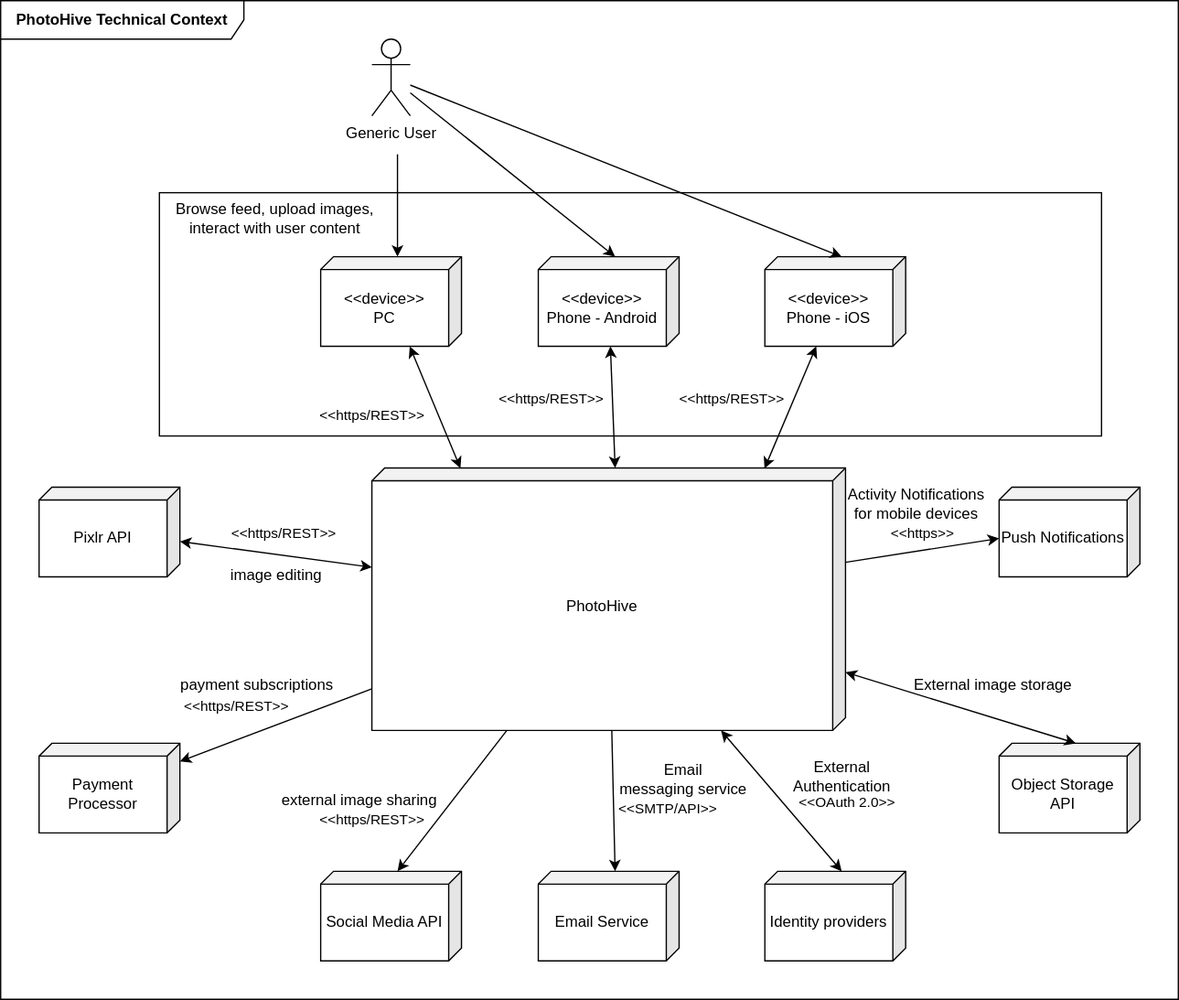
Before: images/SWARC_Technical_Context.drawio.svg, a diagram exported from draw.io (Z1rael/swa). Source tidied: cells renumbered, new cells last; positions are measured from the earlier drawing's top-left corner, leaving out a move shared by most shapes. Source of this version:
```xml
<mxGraphModel>
  <root>
    <mxCell id="0" />
    <mxCell id="1" parent="0" />
    <mxCell id="2" style="rounded=0;whiteSpace=wrap;html=1;" parent="1" vertex="1">
      <mxGeometry x="124" y="150" width="736" height="190" as="geometry" />
    </mxCell>
    <mxCell id="3" value="&lt;span style=&quot;font-weight: 700; white-space: nowrap;&quot;&gt;PhotoHive Technical Context&lt;/span&gt;" style="shape=umlFrame;whiteSpace=wrap;html=1;width=190;height=30;" parent="1" vertex="1">
      <mxGeometry width="920" height="780" as="geometry" />
    </mxCell>
    <mxCell id="4" value="Generic User" style="shape=umlActor;verticalLabelPosition=bottom;verticalAlign=top;html=1;outlineConnect=0;" parent="1" vertex="1">
      <mxGeometry x="290" y="30" width="30" height="60" as="geometry" />
    </mxCell>
    <mxCell id="5" value="&amp;lt;&amp;lt;device&amp;gt;&amp;gt;&lt;div&gt;PC&lt;/div&gt;" style="shape=cube;whiteSpace=wrap;html=1;boundedLbl=1;backgroundOutline=1;darkOpacity=0.05;darkOpacity2=0.1;flipH=1;size=10;" parent="1" vertex="1">
      <mxGeometry x="250" y="200" width="110" height="70" as="geometry" />
    </mxCell>
    <mxCell id="6" value="&amp;lt;&amp;lt;device&amp;gt;&amp;gt;&lt;div&gt;Phone - Android&lt;/div&gt;" style="shape=cube;whiteSpace=wrap;html=1;boundedLbl=1;backgroundOutline=1;darkOpacity=0.05;darkOpacity2=0.1;flipH=1;size=10;" parent="1" vertex="1">
      <mxGeometry x="420" y="200" width="110" height="70" as="geometry" />
    </mxCell>
    <mxCell id="7" value="&amp;lt;&amp;lt;device&amp;gt;&amp;gt;&lt;div&gt;Phone - iOS&lt;/div&gt;" style="shape=cube;whiteSpace=wrap;html=1;boundedLbl=1;backgroundOutline=1;darkOpacity=0.05;darkOpacity2=0.1;flipH=1;size=10;" parent="1" vertex="1">
      <mxGeometry x="597" y="200" width="110" height="70" as="geometry" />
    </mxCell>
    <mxCell id="8" value="PhotoHive" style="shape=cube;whiteSpace=wrap;html=1;boundedLbl=1;backgroundOutline=1;darkOpacity=0.05;darkOpacity2=0.1;flipH=1;size=10;" parent="1" vertex="1">
      <mxGeometry x="290" y="365" width="370" height="205" as="geometry" />
    </mxCell>
    <mxCell id="9" style="edgeStyle=none;html=1;entryX=0.813;entryY=0.001;entryDx=0;entryDy=0;entryPerimeter=0;startArrow=classic;startFill=1;" parent="1" edge="1" source="5" target="8">
      <mxGeometry relative="1" as="geometry" />
    </mxCell>
    <mxCell id="10" value="&amp;lt;&amp;lt;https/REST&amp;gt;&amp;gt;" style="edgeLabel;html=1;align=center;verticalAlign=middle;" parent="9" vertex="1">
      <mxGeometry x="0.13" y="1" relative="1" as="geometry">
        <mxPoint x="-53" as="offset" />
      </mxGeometry>
    </mxCell>
    <mxCell id="11" style="edgeStyle=none;html=1;entryX=0;entryY=0;entryDx=180;entryDy=0;entryPerimeter=0;startArrow=classic;startFill=1;" parent="1" edge="1" source="6" target="8">
      <mxGeometry relative="1" as="geometry" />
    </mxCell>
    <mxCell id="12" value="&lt;span style=&quot;color: rgb(0, 0, 0);&quot;&gt;&amp;lt;&amp;lt;https/REST&amp;gt;&amp;gt;&lt;/span&gt;" style="edgeLabel;html=1;align=center;verticalAlign=middle;" parent="11" vertex="1">
      <mxGeometry x="-0.14" relative="1" as="geometry">
        <mxPoint x="-48" as="offset" />
      </mxGeometry>
    </mxCell>
    <mxCell id="13" style="edgeStyle=none;html=1;entryX=0.171;entryY=0.002;entryDx=0;entryDy=0;entryPerimeter=0;startArrow=classic;startFill=1;" parent="1" edge="1" source="7" target="8">
      <mxGeometry relative="1" as="geometry" />
    </mxCell>
    <mxCell id="14" value="&lt;span style=&quot;color: rgb(0, 0, 0);&quot;&gt;&amp;lt;&amp;lt;https/REST&amp;gt;&amp;gt;&lt;/span&gt;" style="edgeLabel;html=1;align=center;verticalAlign=middle;" parent="13" vertex="1">
      <mxGeometry x="-0.17" y="2" relative="1" as="geometry">
        <mxPoint x="-52" as="offset" />
      </mxGeometry>
    </mxCell>
    <mxCell id="15" style="edgeStyle=none;html=1;startArrow=classic;startFill=1;" parent="1" edge="1" source="17" target="8">
      <mxGeometry relative="1" as="geometry" />
    </mxCell>
    <mxCell id="16" value="&amp;lt;&amp;lt;https/REST&amp;gt;&amp;gt;" style="edgeLabel;html=1;align=center;verticalAlign=middle;" parent="15" vertex="1">
      <mxGeometry x="-0.11" relative="1" as="geometry">
        <mxPoint x="14" y="-16" as="offset" />
      </mxGeometry>
    </mxCell>
    <mxCell id="17" value="Pixlr API" style="shape=cube;whiteSpace=wrap;html=1;boundedLbl=1;backgroundOutline=1;darkOpacity=0.05;darkOpacity2=0.1;flipH=1;size=10;" parent="1" vertex="1">
      <mxGeometry x="30" y="380" width="110" height="70" as="geometry" />
    </mxCell>
    <mxCell id="18" style="edgeStyle=none;html=1;startArrow=classic;startFill=1;endArrow=none;endFill=0;" parent="1" edge="1" source="20" target="8">
      <mxGeometry relative="1" as="geometry" />
    </mxCell>
    <mxCell id="19" value="&lt;span style=&quot;color: rgb(0, 0, 0);&quot;&gt;&amp;lt;&amp;lt;https/REST&amp;gt;&amp;gt;&lt;/span&gt;" style="edgeLabel;html=1;align=center;verticalAlign=middle;" parent="18" vertex="1">
      <mxGeometry x="-0.3" y="1" relative="1" as="geometry">
        <mxPoint x="-9" y="-23" as="offset" />
      </mxGeometry>
    </mxCell>
    <mxCell id="20" value="Payment Processor" style="shape=cube;whiteSpace=wrap;html=1;boundedLbl=1;backgroundOutline=1;darkOpacity=0.05;darkOpacity2=0.1;flipH=1;size=10;" parent="1" vertex="1">
      <mxGeometry x="30" y="580" width="110" height="70" as="geometry" />
    </mxCell>
    <mxCell id="21" value="Social Media API" style="shape=cube;whiteSpace=wrap;html=1;boundedLbl=1;backgroundOutline=1;darkOpacity=0.05;darkOpacity2=0.1;flipH=1;size=10;" parent="1" vertex="1">
      <mxGeometry x="250" y="680" width="110" height="70" as="geometry" />
    </mxCell>
    <mxCell id="22" value="Email Service" style="shape=cube;whiteSpace=wrap;html=1;boundedLbl=1;backgroundOutline=1;darkOpacity=0.05;darkOpacity2=0.1;flipH=1;size=10;" parent="1" vertex="1">
      <mxGeometry x="420" y="680" width="110" height="70" as="geometry" />
    </mxCell>
    <mxCell id="23" value="Identity providers" style="shape=cube;whiteSpace=wrap;html=1;boundedLbl=1;backgroundOutline=1;darkOpacity=0.05;darkOpacity2=0.1;flipH=1;size=10;" parent="1" vertex="1">
      <mxGeometry x="597" y="680" width="110" height="70" as="geometry" />
    </mxCell>
    <mxCell id="24" value="Object Storage API" style="shape=cube;whiteSpace=wrap;html=1;boundedLbl=1;backgroundOutline=1;darkOpacity=0.05;darkOpacity2=0.1;flipH=1;size=10;" parent="1" vertex="1">
      <mxGeometry x="780" y="580" width="110" height="70" as="geometry" />
    </mxCell>
    <mxCell id="25" value="Push Notifications" style="shape=cube;whiteSpace=wrap;html=1;boundedLbl=1;backgroundOutline=1;darkOpacity=0.05;darkOpacity2=0.1;flipH=1;size=10;" parent="1" vertex="1">
      <mxGeometry x="780" y="380" width="110" height="70" as="geometry" />
    </mxCell>
    <mxCell id="26" style="edgeStyle=none;html=1;entryX=0;entryY=0;entryDx=50;entryDy=0;entryPerimeter=0;" parent="1" edge="1" source="8" target="21">
      <mxGeometry relative="1" as="geometry" />
    </mxCell>
    <mxCell id="27" value="&lt;span style=&quot;color: rgb(0, 0, 0);&quot;&gt;&amp;lt;&amp;lt;https/REST&amp;gt;&amp;gt;&lt;/span&gt;" style="edgeLabel;html=1;align=center;verticalAlign=middle;" parent="26" vertex="1">
      <mxGeometry x="-0.23" y="2" relative="1" as="geometry">
        <mxPoint x="-74" y="26" as="offset" />
      </mxGeometry>
    </mxCell>
    <mxCell id="28" style="edgeStyle=none;html=1;entryX=0;entryY=0;entryDx=50;entryDy=0;entryPerimeter=0;" parent="1" edge="1" source="8" target="22">
      <mxGeometry relative="1" as="geometry" />
    </mxCell>
    <mxCell id="29" value="&amp;lt;&amp;lt;SMTP/API&amp;gt;&amp;gt;" style="edgeLabel;html=1;align=center;verticalAlign=middle;" parent="28" vertex="1">
      <mxGeometry x="-0.17" y="-1" relative="1" as="geometry">
        <mxPoint x="43" y="14" as="offset" />
      </mxGeometry>
    </mxCell>
    <mxCell id="30" style="edgeStyle=none;html=1;entryX=0;entryY=0;entryDx=50;entryDy=0;entryPerimeter=0;startArrow=classic;startFill=1;" parent="1" edge="1" source="8" target="23">
      <mxGeometry relative="1" as="geometry" />
    </mxCell>
    <mxCell id="31" value="&amp;lt;&amp;lt;OAuth 2.0&amp;gt;&amp;gt;" style="edgeLabel;html=1;align=center;verticalAlign=middle;" parent="30" vertex="1">
      <mxGeometry y="1" relative="1" as="geometry">
        <mxPoint x="49" y="1" as="offset" />
      </mxGeometry>
    </mxCell>
    <mxCell id="32" style="edgeStyle=none;html=1;entryX=0;entryY=0;entryDx=50;entryDy=0;entryPerimeter=0;startArrow=classic;startFill=1;" parent="1" edge="1" source="8" target="24">
      <mxGeometry relative="1" as="geometry" />
    </mxCell>
    <mxCell id="33" style="edgeStyle=none;html=1;entryX=0;entryY=0;entryDx=110;entryDy=40;entryPerimeter=0;" parent="1" edge="1" source="8" target="25">
      <mxGeometry relative="1" as="geometry" />
    </mxCell>
    <mxCell id="34" value="&lt;span style=&quot;color: rgb(0, 0, 0);&quot;&gt;&amp;lt;&amp;lt;https&amp;gt;&amp;gt;&lt;/span&gt;" style="edgeLabel;html=1;align=center;verticalAlign=middle;" parent="33" vertex="1">
      <mxGeometry x="0.25" y="2" relative="1" as="geometry">
        <mxPoint x="-15" y="-10" as="offset" />
      </mxGeometry>
    </mxCell>
    <mxCell id="35" style="edgeStyle=none;html=1;entryX=0;entryY=0;entryDx=50;entryDy=0;entryPerimeter=0;" parent="1" edge="1" target="5">
      <mxGeometry relative="1" as="geometry">
        <mxPoint x="310" y="120" as="sourcePoint" />
      </mxGeometry>
    </mxCell>
    <mxCell id="36" style="edgeStyle=none;html=1;entryX=0;entryY=0;entryDx=50;entryDy=0;entryPerimeter=0;" parent="1" edge="1" source="4" target="6">
      <mxGeometry relative="1" as="geometry" />
    </mxCell>
    <mxCell id="37" style="edgeStyle=none;html=1;entryX=0;entryY=0;entryDx=50;entryDy=0;entryPerimeter=0;" parent="1" edge="1" source="4" target="7">
      <mxGeometry relative="1" as="geometry" />
    </mxCell>
    <mxCell id="38" value="image editing" style="text;html=1;align=center;verticalAlign=middle;strokeColor=none;fillColor=none;" parent="1" vertex="1">
      <mxGeometry x="170" y="434" width="90" height="30" as="geometry" />
    </mxCell>
    <mxCell id="39" value="payment subscriptions" style="text;html=1;align=center;verticalAlign=middle;strokeColor=none;fillColor=none;" parent="1" vertex="1">
      <mxGeometry x="130" y="520" width="140" height="30" as="geometry" />
    </mxCell>
    <mxCell id="40" value="external image sharing" style="text;html=1;align=center;verticalAlign=middle;strokeColor=none;fillColor=none;" parent="1" vertex="1">
      <mxGeometry x="210" y="610" width="140" height="30" as="geometry" />
    </mxCell>
    <mxCell id="41" value="Email&amp;nbsp;&lt;div&gt;messaging service&lt;/div&gt;" style="text;html=1;align=center;verticalAlign=middle;strokeColor=none;fillColor=none;" parent="1" vertex="1">
      <mxGeometry x="473" y="588" width="120" height="40" as="geometry" />
    </mxCell>
    <mxCell id="42" value="External&amp;nbsp;&lt;div&gt;Authentication&lt;/div&gt;" style="text;html=1;align=center;verticalAlign=middle;strokeColor=none;fillColor=none;" parent="1" vertex="1">
      <mxGeometry x="607" y="586" width="100" height="40" as="geometry" />
    </mxCell>
    <mxCell id="43" value="External image storage" style="text;html=1;align=center;verticalAlign=middle;strokeColor=none;fillColor=none;" parent="1" vertex="1">
      <mxGeometry x="700" y="520" width="150" height="30" as="geometry" />
    </mxCell>
    <mxCell id="44" value="Activity Notifications&lt;div&gt;for mobile devices&lt;/div&gt;" style="text;html=1;align=center;verticalAlign=middle;strokeColor=none;fillColor=none;" parent="1" vertex="1">
      <mxGeometry x="650" y="373" width="130" height="40" as="geometry" />
    </mxCell>
    <mxCell id="45" value="Browse feed, upload images,&amp;nbsp;&lt;div&gt;interact with user content&lt;/div&gt;" style="text;html=1;align=center;verticalAlign=middle;strokeColor=none;fillColor=none;" parent="1" vertex="1">
      <mxGeometry x="124" y="150" width="180" height="40" as="geometry" />
    </mxCell>
  </root>
</mxGraphModel>
```
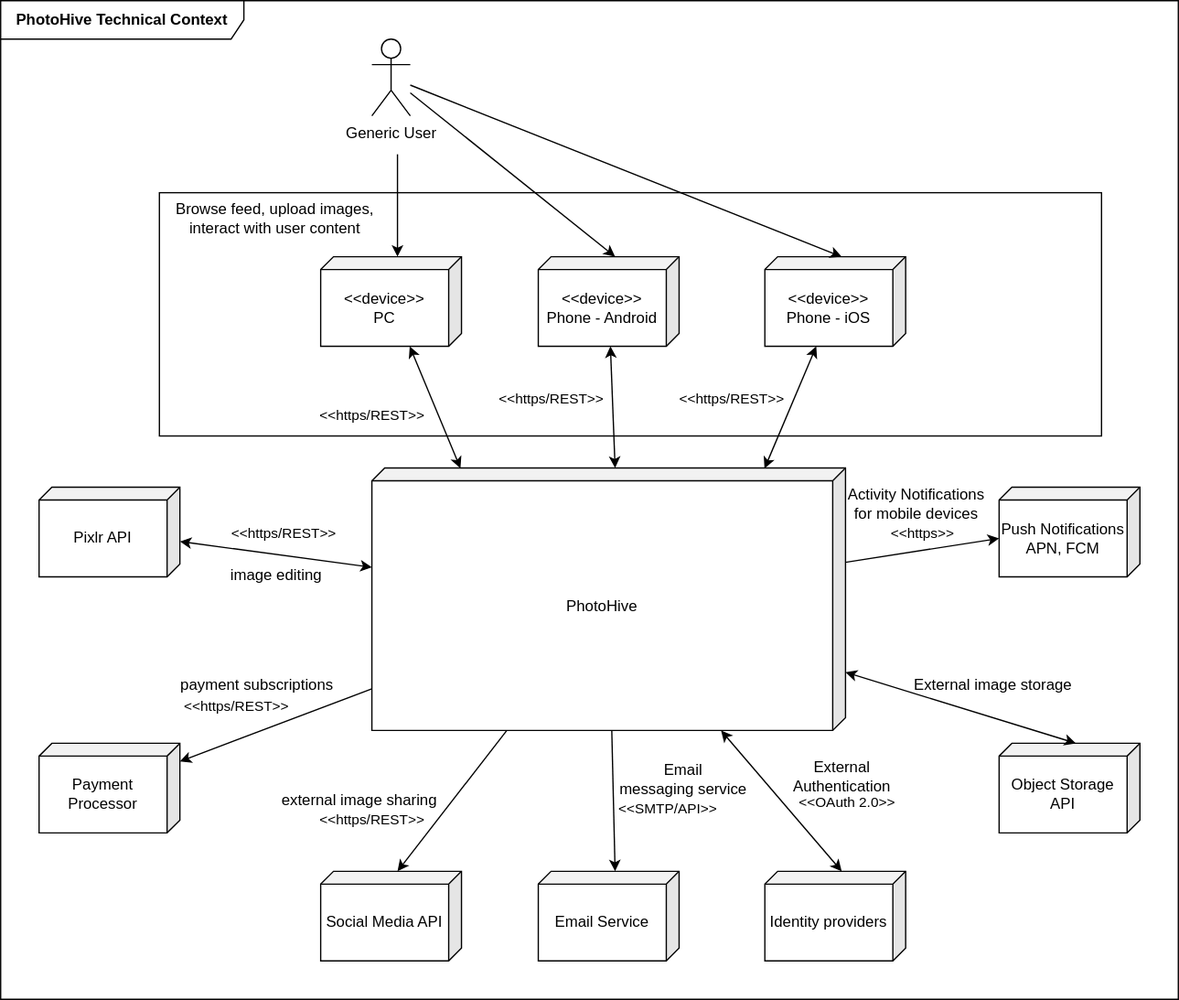
The same file after the commit.

Commit message:
chore: examples for push notification apis

Change to the diagram source:
```diff
@@ -81,7 +81,7 @@
     <mxCell id="24" value="Object Storage API" style="shape=cube;whiteSpace=wrap;html=1;boundedLbl=1;backgroundOutline=1;darkOpacity=0.05;darkOpacity2=0.1;flipH=1;size=10;" parent="1" vertex="1">
       <mxGeometry x="780" y="580" width="110" height="70" as="geometry" />
     </mxCell>
-    <mxCell id="25" value="Push Notifications" style="shape=cube;whiteSpace=wrap;html=1;boundedLbl=1;backgroundOutline=1;darkOpacity=0.05;darkOpacity2=0.1;flipH=1;size=10;" parent="1" vertex="1">
+    <mxCell id="25" value="Push Notifications&lt;div&gt;APN, FCM&lt;/div&gt;" style="shape=cube;whiteSpace=wrap;html=1;boundedLbl=1;backgroundOutline=1;darkOpacity=0.05;darkOpacity2=0.1;flipH=1;size=10;" parent="1" vertex="1">
       <mxGeometry x="780" y="380" width="110" height="70" as="geometry" />
     </mxCell>
     <mxCell id="26" style="edgeStyle=none;html=1;entryX=0;entryY=0;entryDx=50;entryDy=0;entryPerimeter=0;" parent="1" edge="1" source="8" target="21">
```
